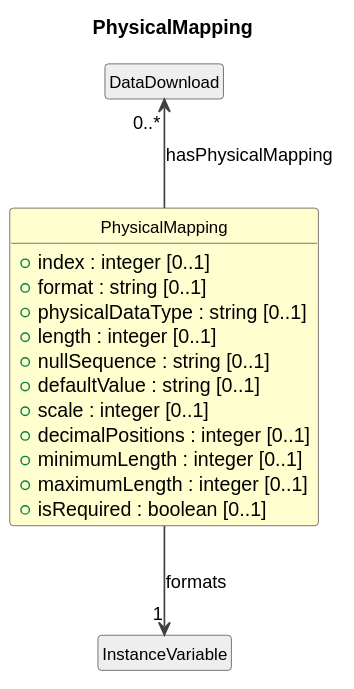
The PlantUML diagram cdif-uml-model/CDIFDataDescription/Classes/PhysicalMapping.svg in Cross-Domain-Interoperability-Framework/metadataBuildingBlocks, before a commit.
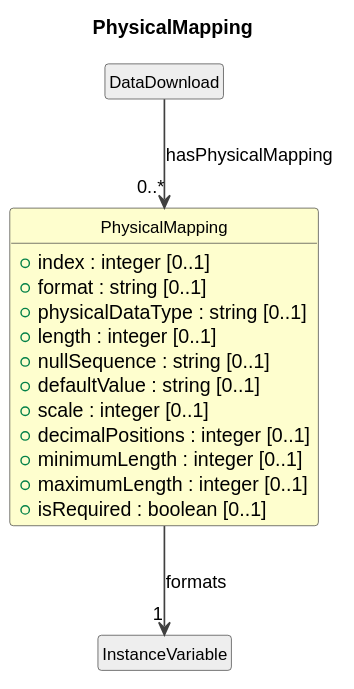
Later version of the same file.

Change to the diagram source:
```diff
@@ -24,7 +24,7 @@
   +isRequired : boolean [0..1]
 }
 class "DataDownload" as DataDownload #EEEEEE
-DataDownload "0..*" <-- PhysicalMapping : hasPhysicalMapping
+DataDownload --> "0..*" PhysicalMapping : hasPhysicalMapping
 class "InstanceVariable" as InstanceVariable #EEEEEE
 PhysicalMapping --> "1" InstanceVariable : formats
 @enduml
```
